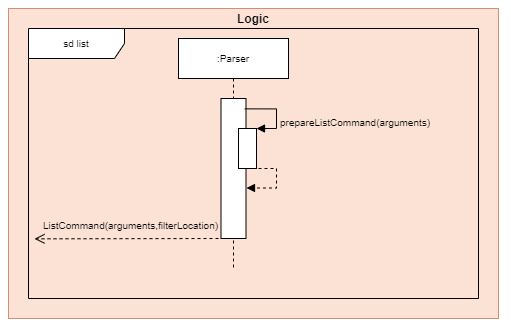
Before: docs/images/diagrams/Sequence_Parser_List.png, a diagram exported from draw.io (nus-cs2113-AY2021S1/tp). Source tidied: cells renumbered, new cells last; positions are measured from the earlier drawing's top-left corner, leaving out a move shared by most shapes.
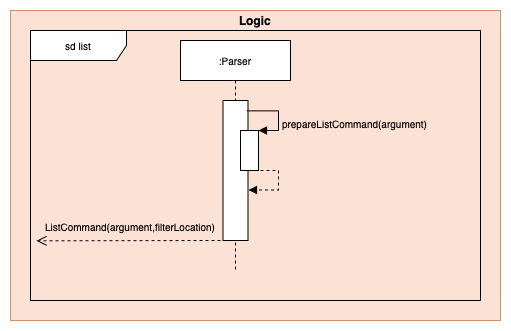
Above is the later version.

Commit message:
Add Parser Sequence image in DG

The edit, as a diff of the source:
```diff
@@ -47,10 +47,10 @@
         <mxPoint x="26" y="230.3" as="targetPoint" />
       </mxGeometry>
     </mxCell>
-    <mxCell id="12" value="&lt;span style=&quot;color: rgb(0, 0, 0); font-family: helvetica; font-size: 10px; font-style: normal; font-weight: 400; letter-spacing: normal; text-align: center; text-indent: 0px; text-transform: none; word-spacing: 0px; display: inline; float: none;&quot;&gt;ListCommand(arguments,&lt;/span&gt;&lt;span style=&quot;color: rgb(0, 0, 0); font-family: helvetica; font-size: 10px; font-style: normal; font-weight: 400; letter-spacing: normal; text-align: center; text-indent: 0px; text-transform: none; word-spacing: 0px; display: inline; float: none;&quot;&gt;filterLocation)&amp;nbsp;&lt;/span&gt;" style="text;whiteSpace=wrap;html=1;labelBackgroundColor=none;" parent="1" vertex="1">
+    <mxCell id="12" value="&lt;span style=&quot;color: rgb(0 , 0 , 0) ; font-family: &amp;#34;helvetica&amp;#34; ; font-size: 10px ; font-style: normal ; font-weight: 400 ; letter-spacing: normal ; text-align: center ; text-indent: 0px ; text-transform: none ; word-spacing: 0px ; display: inline ; float: none&quot;&gt;ListCommand(argument,&lt;/span&gt;&lt;span style=&quot;color: rgb(0 , 0 , 0) ; font-family: &amp;#34;helvetica&amp;#34; ; font-size: 10px ; font-style: normal ; font-weight: 400 ; letter-spacing: normal ; text-align: center ; text-indent: 0px ; text-transform: none ; word-spacing: 0px ; display: inline ; float: none&quot;&gt;filterLocation)&amp;nbsp;&lt;/span&gt;" style="text;whiteSpace=wrap;html=1;labelBackgroundColor=none;" parent="1" vertex="1">
       <mxGeometry x="33" y="203" width="177" height="27" as="geometry" />
     </mxCell>
-    <mxCell id="13" value="&lt;span style=&quot;color: rgb(0, 0, 0); font-family: helvetica; font-size: 10px; font-style: normal; font-weight: 400; letter-spacing: normal; text-align: left; text-indent: 0px; text-transform: none; word-spacing: 0px; display: inline; float: none;&quot;&gt;prepareListCommand(arguments)&lt;/span&gt;" style="text;whiteSpace=wrap;html=1;labelBackgroundColor=none;" parent="1" vertex="1">
+    <mxCell id="13" value="&lt;span style=&quot;color: rgb(0 , 0 , 0) ; font-family: &amp;#34;helvetica&amp;#34; ; font-size: 10px ; font-style: normal ; font-weight: 400 ; letter-spacing: normal ; text-align: left ; text-indent: 0px ; text-transform: none ; word-spacing: 0px ; display: inline ; float: none&quot;&gt;prepareListCommand(argument)&lt;/span&gt;" style="text;whiteSpace=wrap;html=1;labelBackgroundColor=none;" parent="1" vertex="1">
       <mxGeometry x="270" y="100" width="180" height="20" as="geometry" />
     </mxCell>
   </root>
```
